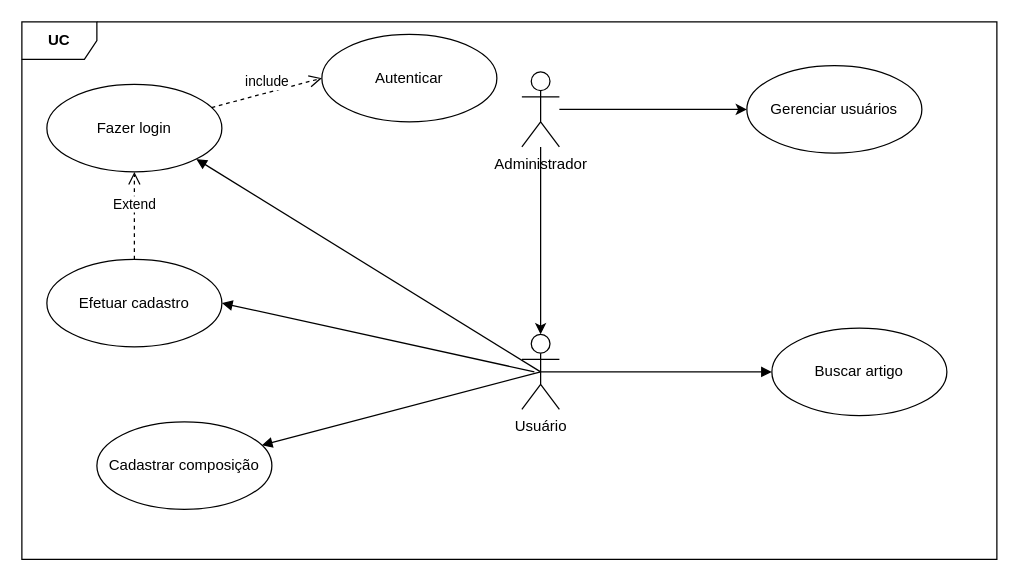
The draw.io diagram use-case-musiverso.drawio in kaiohenricunha/UML, before the edit. Source tidied: cells renumbered, new cells numbered last; positions are measured from the earlier drawing's top-left corner, leaving out a move shared by most shapes. Both pictures are drawn from the tidied source at 125%, with x=0, y=0 at pixel (21, 21).
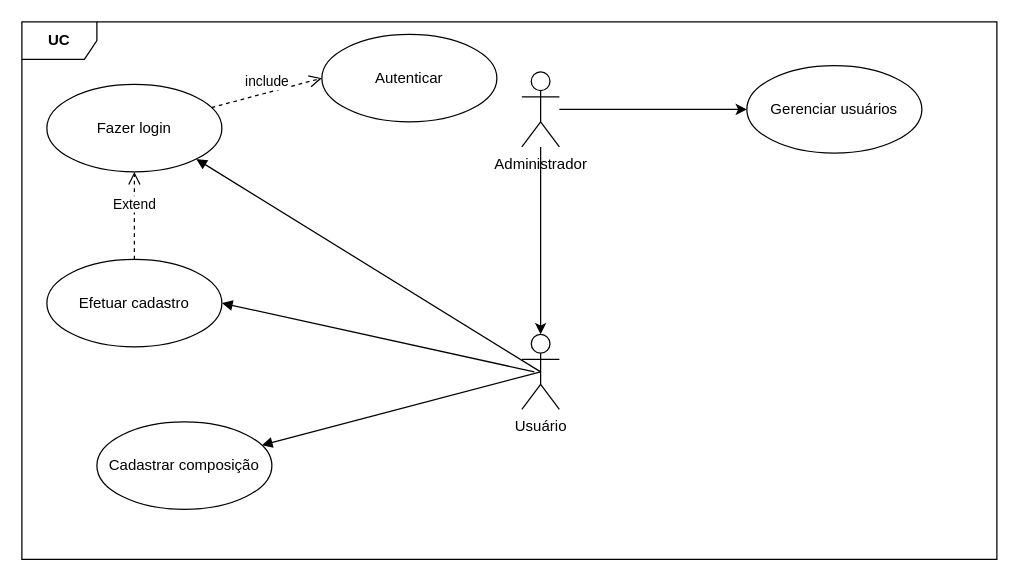
After the change.

What changed in the source:
```diff
@@
 <mxGraphModel>
   <root>
     <mxCell id="0" />
     <mxCell id="1" parent="0" />
     <mxCell id="2" value="&lt;b&gt;UC&lt;/b&gt;" style="shape=umlFrame;whiteSpace=wrap;html=1;" parent="1" vertex="1">
       <mxGeometry width="780" height="430" as="geometry" />
     </mxCell>
     <mxCell id="3" style="edgeStyle=orthogonalEdgeStyle;rounded=0;jettySize=auto;html=1;" parent="1" edge="1" source="5" target="6">
       <mxGeometry relative="1" as="geometry" />
     </mxCell>
     <mxCell id="4" style="edgeStyle=orthogonalEdgeStyle;rounded=0;jettySize=auto;html=1;entryX=0;entryY=0.5;entryDx=0;entryDy=0;" parent="1" edge="1" source="5" target="12">
       <mxGeometry relative="1" as="geometry" />
     </mxCell>
     <mxCell id="5" value="Administrador&lt;br&gt;" style="shape=umlActor;verticalLabelPosition=bottom;verticalAlign=top;html=1;" parent="1" vertex="1">
       <mxGeometry x="400" y="40" width="30" height="60" as="geometry" />
     </mxCell>
     <mxCell id="6" value="Usuário" style="shape=umlActor;verticalLabelPosition=bottom;verticalAlign=top;html=1;" parent="1" vertex="1">
       <mxGeometry x="400" y="250" width="30" height="60" as="geometry" />
     </mxCell>
     <mxCell id="7" value="Fazer login" style="ellipse;whiteSpace=wrap;html=1;" parent="1" vertex="1">
       <mxGeometry x="20" y="50" width="140" height="70" as="geometry" />
     </mxCell>
     <mxCell id="8" value="Autenticar" style="ellipse;whiteSpace=wrap;html=1;" parent="1" vertex="1">
       <mxGeometry x="240" y="10" width="140" height="70" as="geometry" />
     </mxCell>
     <mxCell id="9" value="include" style="html=1;verticalAlign=bottom;endArrow=open;dashed=1;endSize=8;entryX=0;entryY=0.5;entryDx=0;entryDy=0;" parent="1" edge="1" source="7" target="8">
       <mxGeometry relative="1" as="geometry" />
     </mxCell>
     <mxCell id="10" value="Efetuar cadastro" style="ellipse;whiteSpace=wrap;html=1;" parent="1" vertex="1">
       <mxGeometry x="20" y="190" width="140" height="70" as="geometry" />
     </mxCell>
     <mxCell id="11" value="Cadastrar composição" style="ellipse;whiteSpace=wrap;html=1;" parent="1" vertex="1">
       <mxGeometry x="60" y="320" width="140" height="70" as="geometry" />
     </mxCell>
     <mxCell id="12" value="Gerenciar usuários" style="ellipse;whiteSpace=wrap;html=1;" parent="1" vertex="1">
       <mxGeometry x="580" y="35" width="140" height="70" as="geometry" />
     </mxCell>
     <mxCell id="13" style="html=1;verticalAlign=bottom;endArrow=block;entryX=1;entryY=1;entryDx=0;entryDy=0;exitX=0.5;exitY=0.5;exitDx=0;exitDy=0;exitPerimeter=0;" parent="1" edge="1" source="6" target="7">
       <mxGeometry relative="1" as="geometry" />
     </mxCell>
     <mxCell id="14" style="html=1;verticalAlign=bottom;endArrow=block;entryX=1;entryY=0.5;entryDx=0;entryDy=0;exitX=0;exitY=0.3333333333333333;exitDx=0;exitDy=0;exitPerimeter=0;" parent="1" edge="1" target="10">
       <mxGeometry relative="1" as="geometry">
         <mxPoint x="410" y="280" as="sourcePoint" />
       </mxGeometry>
     </mxCell>
     <mxCell id="15" style="html=1;verticalAlign=bottom;endArrow=block;exitX=0.5;exitY=0.5;exitDx=0;exitDy=0;exitPerimeter=0;" parent="1" edge="1" source="6" target="11">
       <mxGeometry relative="1" as="geometry" />
     </mxCell>
     <mxCell id="16" value="Extend" style="html=1;verticalAlign=bottom;endArrow=open;dashed=1;endSize=8;entryX=0.5;entryY=1;entryDx=0;entryDy=0;exitX=0.5;exitY=0;exitDx=0;exitDy=0;" parent="1" edge="1" source="10" target="7">
       <mxGeometry relative="1" as="geometry" />
     </mxCell>
-    <mxCell id="17" value="Buscar artigo" style="ellipse;whiteSpace=wrap;html=1;" parent="1" vertex="1">
-      <mxGeometry x="600" y="245" width="140" height="70" as="geometry" />
-    </mxCell>
-    <mxCell id="18" style="html=1;verticalAlign=bottom;endArrow=block;exitX=0.5;exitY=0.5;exitDx=0;exitDy=0;exitPerimeter=0;entryX=0;entryY=0.5;entryDx=0;entryDy=0;" parent="1" edge="1" source="6" target="17">
-      <mxGeometry relative="1" as="geometry" />
-    </mxCell>
   </root>
 </mxGraphModel>
```
